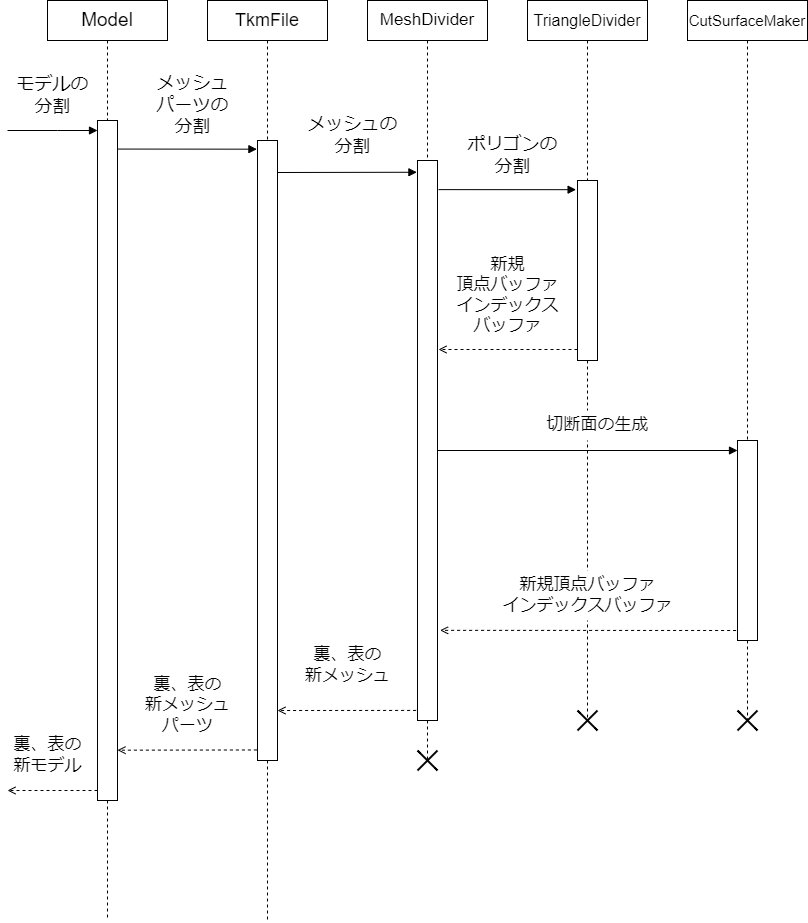
This is Pictures/SequenceDiagram.png from TangorNeko/MeshCutPortfolio, a draw.io export, as it was before one commit. Source tidied: cells renumbered, new cells last; positions are measured from the earlier drawing's top-left corner, leaving out a move shared by most shapes. The source it was exported from:
```xml
<mxGraphModel>
  <root>
    <mxCell id="0" />
    <mxCell id="1" parent="0" />
    <mxCell id="2" style="edgeStyle=orthogonalEdgeStyle;rounded=0;jettySize=auto;html=1;dashed=1;fontSize=17;endArrow=none;endFill=0;" parent="1" edge="1" source="3">
      <mxGeometry relative="1" as="geometry">
        <mxPoint x="100" y="920" as="targetPoint" />
      </mxGeometry>
    </mxCell>
    <mxCell id="3" style="rounded=0;whiteSpace=wrap;html=1;fontSize=18;" parent="1" vertex="1">
      <mxGeometry x="90" y="120" width="20" height="680" as="geometry" />
    </mxCell>
    <mxCell id="4" style="edgeStyle=orthogonalEdgeStyle;rounded=0;jettySize=auto;html=1;dashed=1;fontSize=18;endArrow=none;endFill=0;entryX=0.5;entryY=0;entryDx=0;entryDy=0;" parent="1" edge="1" source="5" target="3">
      <mxGeometry relative="1" as="geometry" />
    </mxCell>
    <mxCell id="5" value="&lt;font style=&quot;font-size: 19px&quot;&gt;Model&lt;/font&gt;" style="rounded=0;whiteSpace=wrap;html=1;" parent="1" vertex="1">
      <mxGeometry x="40" width="120" height="40" as="geometry" />
    </mxCell>
    <mxCell id="6" style="edgeStyle=orthogonalEdgeStyle;rounded=0;jettySize=auto;html=1;dashed=1;fontSize=18;endArrow=none;endFill=0;entryX=0.5;entryY=0;entryDx=0;entryDy=0;" parent="1" edge="1" source="7" target="18">
      <mxGeometry relative="1" as="geometry" />
    </mxCell>
    <mxCell id="7" value="&lt;font style=&quot;font-size: 18px&quot;&gt;TkmFile&lt;/font&gt;" style="rounded=0;whiteSpace=wrap;html=1;" parent="1" vertex="1">
      <mxGeometry x="200" width="120" height="40" as="geometry" />
    </mxCell>
    <mxCell id="8" style="edgeStyle=orthogonalEdgeStyle;rounded=0;jettySize=auto;html=1;dashed=1;fontSize=18;endArrow=none;endFill=0;entryX=0.5;entryY=0;entryDx=0;entryDy=0;" parent="1" edge="1" source="9" target="21">
      <mxGeometry relative="1" as="geometry" />
    </mxCell>
    <mxCell id="9" value="&lt;font style=&quot;font-size: 17px&quot;&gt;MeshDivider&lt;/font&gt;" style="rounded=0;whiteSpace=wrap;html=1;" parent="1" vertex="1">
      <mxGeometry x="360" width="120" height="40" as="geometry" />
    </mxCell>
    <mxCell id="10" style="edgeStyle=orthogonalEdgeStyle;rounded=0;jettySize=auto;html=1;fontSize=18;endArrow=none;endFill=0;dashed=1;entryX=0.5;entryY=0;entryDx=0;entryDy=0;" parent="1" edge="1" source="11" target="25">
      <mxGeometry relative="1" as="geometry" />
    </mxCell>
    <mxCell id="11" value="&lt;font style=&quot;font-size: 16px&quot;&gt;TriangleDivider&lt;/font&gt;" style="rounded=0;whiteSpace=wrap;html=1;" parent="1" vertex="1">
      <mxGeometry x="520" width="120" height="40" as="geometry" />
    </mxCell>
    <mxCell id="12" style="edgeStyle=orthogonalEdgeStyle;rounded=0;jettySize=auto;html=1;dashed=1;fontSize=17;endArrow=none;endFill=0;entryX=0.5;entryY=0;entryDx=0;entryDy=0;" parent="1" edge="1" source="13" target="31">
      <mxGeometry relative="1" as="geometry" />
    </mxCell>
    <mxCell id="13" value="&lt;font style=&quot;font-size: 15px&quot;&gt;CutSurfaceMaker&lt;/font&gt;" style="rounded=0;whiteSpace=wrap;html=1;" parent="1" vertex="1">
      <mxGeometry x="680" width="120" height="40" as="geometry" />
    </mxCell>
    <mxCell id="14" style="endArrow=block;html=1;rounded=0;fontSize=15;endFill=1;" parent="1" edge="1">
      <mxGeometry relative="1" as="geometry">
        <mxPoint y="130" as="sourcePoint" />
        <mxPoint x="90" y="130" as="targetPoint" />
        <Array as="points">
          <mxPoint x="50" y="130" />
        </Array>
      </mxGeometry>
    </mxCell>
    <mxCell id="15" value="モデルの&lt;br style=&quot;font-size: 18px;&quot;&gt;分割" style="text;html=1;align=center;verticalAlign=middle;strokeColor=none;fillColor=none;fontSize=18;" parent="1" vertex="1">
      <mxGeometry y="70" width="90" height="50" as="geometry" />
    </mxCell>
    <mxCell id="16" style="endArrow=block;html=1;rounded=0;fontSize=18;entryX=-0.03;entryY=0.014;entryDx=0;entryDy=0;entryPerimeter=0;exitX=1;exitY=0.042;exitDx=0;exitDy=0;exitPerimeter=0;endFill=1;" parent="1" edge="1" source="3" target="18">
      <mxGeometry relative="1" as="geometry" />
    </mxCell>
    <mxCell id="17" style="edgeStyle=orthogonalEdgeStyle;rounded=0;jettySize=auto;html=1;dashed=1;fontSize=17;endArrow=none;endFill=0;" parent="1" edge="1" source="18">
      <mxGeometry relative="1" as="geometry">
        <mxPoint x="260" y="920" as="targetPoint" />
      </mxGeometry>
    </mxCell>
    <mxCell id="18" style="rounded=0;whiteSpace=wrap;html=1;fontSize=18;" parent="1" vertex="1">
      <mxGeometry x="250" y="140" width="20" height="620" as="geometry" />
    </mxCell>
    <mxCell id="19" value="メッシュ&lt;br&gt;パーツの&lt;br&gt;分割" style="text;html=1;align=center;verticalAlign=middle;strokeColor=none;fillColor=none;fontSize=18;" parent="1" vertex="1">
      <mxGeometry x="140" y="70" width="90" height="70" as="geometry" />
    </mxCell>
    <mxCell id="20" style="edgeStyle=orthogonalEdgeStyle;rounded=0;jettySize=auto;html=1;dashed=1;fontSize=17;endArrow=none;endFill=0;" parent="1" edge="1" source="21">
      <mxGeometry relative="1" as="geometry">
        <mxPoint x="420" y="760" as="targetPoint" />
      </mxGeometry>
    </mxCell>
    <mxCell id="21" style="rounded=0;whiteSpace=wrap;html=1;fontSize=18;" parent="1" vertex="1">
      <mxGeometry x="410" y="160" width="20" height="560" as="geometry" />
    </mxCell>
    <mxCell id="22" style="endArrow=block;html=1;rounded=0;fontSize=18;entryX=-0.03;entryY=0.021;entryDx=0;entryDy=0;entryPerimeter=0;endFill=1;" parent="1" edge="1" target="21">
      <mxGeometry relative="1" as="geometry">
        <mxPoint x="270" y="172" as="sourcePoint" />
      </mxGeometry>
    </mxCell>
    <mxCell id="23" value="メッシュの&lt;br&gt;分割" style="text;html=1;align=center;verticalAlign=middle;strokeColor=none;fillColor=none;fontSize=18;" parent="1" vertex="1">
      <mxGeometry x="290" y="110" width="110" height="50" as="geometry" />
    </mxCell>
    <mxCell id="24" style="edgeStyle=orthogonalEdgeStyle;rounded=0;jettySize=auto;html=1;dashed=1;fontSize=17;endArrow=none;endFill=0;" parent="1" edge="1" source="25">
      <mxGeometry relative="1" as="geometry">
        <mxPoint x="580" y="720" as="targetPoint" />
      </mxGeometry>
    </mxCell>
    <mxCell id="25" style="rounded=0;whiteSpace=wrap;html=1;fontSize=18;" parent="1" vertex="1">
      <mxGeometry x="570" y="180" width="20" height="180" as="geometry" />
    </mxCell>
    <mxCell id="26" style="endArrow=block;html=1;rounded=0;fontSize=18;exitX=1.05;exitY=0.052;exitDx=0;exitDy=0;exitPerimeter=0;entryX=-0.07;entryY=0.051;entryDx=0;entryDy=0;entryPerimeter=0;endFill=1;" parent="1" edge="1" source="21" target="25">
      <mxGeometry relative="1" as="geometry" />
    </mxCell>
    <mxCell id="27" value="ポリゴンの&lt;br&gt;分割" style="text;html=1;align=center;verticalAlign=middle;strokeColor=none;fillColor=none;fontSize=18;" parent="1" vertex="1">
      <mxGeometry x="450" y="130" width="110" height="50" as="geometry" />
    </mxCell>
    <mxCell id="28" style="endArrow=open;html=1;rounded=0;fontSize=18;dashed=1;endFill=0;" parent="1" edge="1">
      <mxGeometry relative="1" as="geometry">
        <mxPoint x="570" y="349" as="sourcePoint" />
        <mxPoint x="431" y="349" as="targetPoint" />
      </mxGeometry>
    </mxCell>
    <mxCell id="29" value="新規&lt;br&gt;頂点バッファ&lt;br style=&quot;font-size: 17px&quot;&gt;インデックス&lt;br&gt;バッファ" style="text;html=1;align=center;verticalAlign=middle;strokeColor=none;fillColor=none;fontSize=17;" parent="1" vertex="1">
      <mxGeometry x="440" y="250" width="120" height="90" as="geometry" />
    </mxCell>
    <mxCell id="30" style="edgeStyle=orthogonalEdgeStyle;rounded=0;jettySize=auto;html=1;dashed=1;fontSize=17;endArrow=none;endFill=0;" parent="1" edge="1" source="31">
      <mxGeometry relative="1" as="geometry">
        <mxPoint x="740" y="720" as="targetPoint" />
      </mxGeometry>
    </mxCell>
    <mxCell id="31" style="rounded=0;whiteSpace=wrap;html=1;fontSize=18;" parent="1" vertex="1">
      <mxGeometry x="730" y="440" width="20" height="200" as="geometry" />
    </mxCell>
    <mxCell id="32" style="endArrow=block;html=1;rounded=0;fontSize=18;endFill=1;" parent="1" edge="1">
      <mxGeometry relative="1" as="geometry">
        <mxPoint x="430" y="450" as="sourcePoint" />
        <mxPoint x="730" y="450" as="targetPoint" />
      </mxGeometry>
    </mxCell>
    <mxCell id="33" style="endArrow=open;html=1;rounded=0;fontSize=18;dashed=1;entryX=1.13;entryY=0.839;entryDx=0;entryDy=0;entryPerimeter=0;exitX=-0.07;exitY=0.95;exitDx=0;exitDy=0;exitPerimeter=0;endFill=0;" parent="1" edge="1" source="31" target="21">
      <mxGeometry relative="1" as="geometry" />
    </mxCell>
    <mxCell id="34" value="切断面の生成" style="text;html=1;align=center;verticalAlign=middle;strokeColor=none;fillColor=default;fontSize=17;gradientColor=none;rounded=0;shadow=0;sketch=0;glass=0;" parent="1" vertex="1">
      <mxGeometry x="530" y="410" width="120" height="30" as="geometry" />
    </mxCell>
    <mxCell id="35" value="新規頂点バッファ&lt;br&gt;インデックスバッファ" style="text;html=1;align=center;verticalAlign=middle;strokeColor=none;fillColor=default;fontSize=17;" parent="1" vertex="1">
      <mxGeometry x="485" y="570" width="190" height="50" as="geometry" />
    </mxCell>
    <mxCell id="36" style="endArrow=open;html=1;rounded=0;fontSize=18;dashed=1;exitX=-0.07;exitY=0.982;exitDx=0;exitDy=0;exitPerimeter=0;endFill=0;" parent="1" edge="1" source="21">
      <mxGeometry relative="1" as="geometry">
        <mxPoint x="270" y="710" as="targetPoint" />
      </mxGeometry>
    </mxCell>
    <mxCell id="37" value="裏、表の&lt;br&gt;新メッシュ" style="text;html=1;align=center;verticalAlign=middle;strokeColor=none;fillColor=none;fontSize=17;" parent="1" vertex="1">
      <mxGeometry x="290" y="640" width="100" height="50" as="geometry" />
    </mxCell>
    <mxCell id="38" style="endArrow=open;html=1;rounded=0;fontSize=18;dashed=1;exitX=-0.03;exitY=0.983;exitDx=0;exitDy=0;exitPerimeter=0;entryX=1;entryY=0.926;entryDx=0;entryDy=0;entryPerimeter=0;endFill=0;" parent="1" edge="1" source="18" target="3">
      <mxGeometry relative="1" as="geometry" />
    </mxCell>
    <mxCell id="39" value="裏、表の&lt;br&gt;新メッシュ&lt;br&gt;パーツ" style="text;html=1;align=center;verticalAlign=middle;strokeColor=none;fillColor=none;fontSize=17;" parent="1" vertex="1">
      <mxGeometry x="130" y="670" width="100" height="70" as="geometry" />
    </mxCell>
    <mxCell id="40" style="endArrow=open;html=1;rounded=0;fontSize=18;dashed=1;endFill=0;" parent="1" edge="1">
      <mxGeometry relative="1" as="geometry">
        <mxPoint x="90" y="790" as="sourcePoint" />
        <mxPoint y="790" as="targetPoint" />
      </mxGeometry>
    </mxCell>
    <mxCell id="41" value="裏、表の&lt;br&gt;新モデル" style="text;html=1;align=center;verticalAlign=middle;strokeColor=none;fillColor=none;fontSize=17;" parent="1" vertex="1">
      <mxGeometry y="730" width="80" height="50" as="geometry" />
    </mxCell>
    <mxCell id="42" style="endArrow=none;html=1;rounded=0;fontSize=17;strokeWidth=2;" parent="1" edge="1">
      <mxGeometry relative="1" as="geometry">
        <mxPoint x="570" y="730" as="sourcePoint" />
        <mxPoint x="590" y="710" as="targetPoint" />
      </mxGeometry>
    </mxCell>
    <mxCell id="43" style="endArrow=none;html=1;rounded=0;fontSize=17;strokeWidth=2;" parent="1" edge="1">
      <mxGeometry relative="1" as="geometry">
        <mxPoint x="590" y="730" as="sourcePoint" />
        <mxPoint x="570" y="710" as="targetPoint" />
        <Array as="points">
          <mxPoint x="580" y="720" />
        </Array>
      </mxGeometry>
    </mxCell>
    <mxCell id="44" style="endArrow=none;html=1;rounded=0;fontSize=17;strokeWidth=2;" parent="1" edge="1">
      <mxGeometry relative="1" as="geometry">
        <mxPoint x="730" y="730" as="sourcePoint" />
        <mxPoint x="750" y="710" as="targetPoint" />
      </mxGeometry>
    </mxCell>
    <mxCell id="45" style="endArrow=none;html=1;rounded=0;fontSize=17;strokeWidth=2;" parent="1" edge="1">
      <mxGeometry relative="1" as="geometry">
        <mxPoint x="750" y="730" as="sourcePoint" />
        <mxPoint x="730" y="710" as="targetPoint" />
        <Array as="points">
          <mxPoint x="740" y="720" />
        </Array>
      </mxGeometry>
    </mxCell>
    <mxCell id="46" style="endArrow=none;html=1;rounded=0;fontSize=17;strokeWidth=2;" parent="1" edge="1">
      <mxGeometry relative="1" as="geometry">
        <mxPoint x="430" y="770" as="sourcePoint" />
        <mxPoint x="410" y="750" as="targetPoint" />
        <Array as="points">
          <mxPoint x="420" y="760" />
        </Array>
      </mxGeometry>
    </mxCell>
    <mxCell id="47" style="endArrow=none;html=1;rounded=0;fontSize=17;strokeWidth=2;" parent="1" edge="1">
      <mxGeometry relative="1" as="geometry">
        <mxPoint x="410" y="770" as="sourcePoint" />
        <mxPoint x="430" y="750" as="targetPoint" />
      </mxGeometry>
    </mxCell>
  </root>
</mxGraphModel>
```
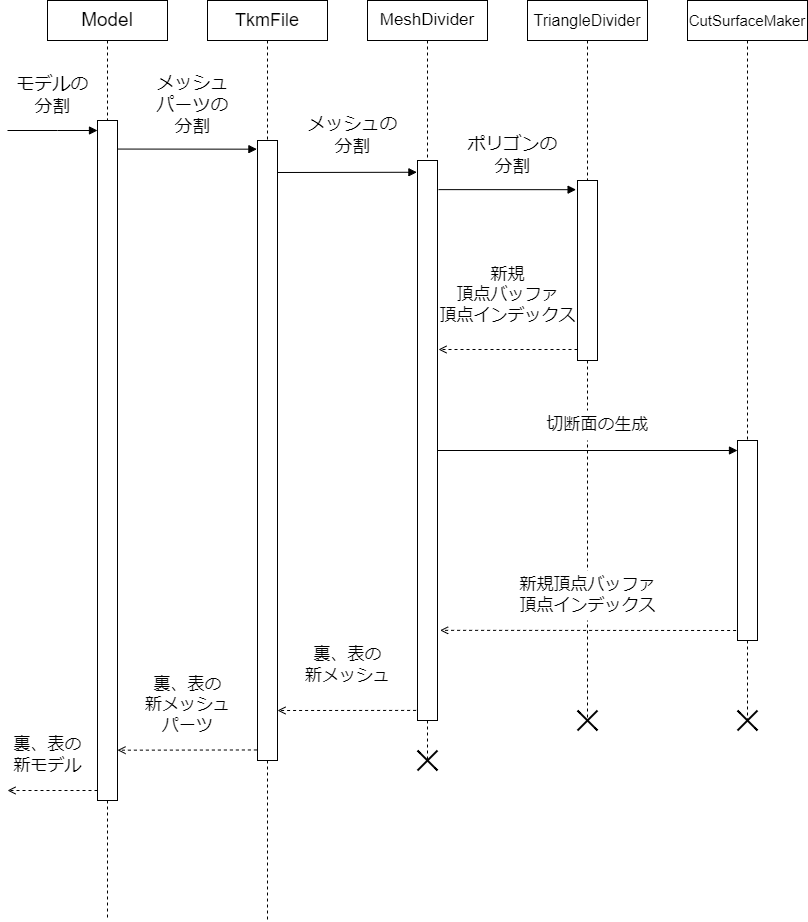
After the commit.

Diff of the diagram source:
```diff
@@ -102,8 +102,8 @@
         <mxPoint x="431" y="349" as="targetPoint" />
       </mxGeometry>
     </mxCell>
-    <mxCell id="29" value="新規&lt;br&gt;頂点バッファ&lt;br style=&quot;font-size: 17px&quot;&gt;インデックス&lt;br&gt;バッファ" style="text;html=1;align=center;verticalAlign=middle;strokeColor=none;fillColor=none;fontSize=17;" parent="1" vertex="1">
-      <mxGeometry x="440" y="250" width="120" height="90" as="geometry" />
+    <mxCell id="29" value="新規&lt;br&gt;頂点バッファ&lt;br style=&quot;font-size: 17px&quot;&gt;頂点インデックス" style="text;html=1;align=center;verticalAlign=middle;strokeColor=none;fillColor=none;fontSize=17;" parent="1" vertex="1">
+      <mxGeometry x="425" y="260" width="150" height="70" as="geometry" />
     </mxCell>
     <mxCell id="30" style="edgeStyle=orthogonalEdgeStyle;rounded=0;jettySize=auto;html=1;dashed=1;fontSize=17;endArrow=none;endFill=0;" parent="1" edge="1" source="31">
       <mxGeometry relative="1" as="geometry">
@@ -125,8 +125,8 @@
     <mxCell id="34" value="切断面の生成" style="text;html=1;align=center;verticalAlign=middle;strokeColor=none;fillColor=default;fontSize=17;gradientColor=none;rounded=0;shadow=0;sketch=0;glass=0;" parent="1" vertex="1">
       <mxGeometry x="530" y="410" width="120" height="30" as="geometry" />
     </mxCell>
-    <mxCell id="35" value="新規頂点バッファ&lt;br&gt;インデックスバッファ" style="text;html=1;align=center;verticalAlign=middle;strokeColor=none;fillColor=default;fontSize=17;" parent="1" vertex="1">
-      <mxGeometry x="485" y="570" width="190" height="50" as="geometry" />
+    <mxCell id="35" value="新規頂点バッファ&lt;br&gt;頂点インデックス" style="text;html=1;align=center;verticalAlign=middle;strokeColor=none;fillColor=default;fontSize=17;" parent="1" vertex="1">
+      <mxGeometry x="505" y="570" width="150" height="50" as="geometry" />
     </mxCell>
     <mxCell id="36" style="endArrow=open;html=1;rounded=0;fontSize=18;dashed=1;exitX=-0.07;exitY=0.982;exitDx=0;exitDy=0;exitPerimeter=0;endFill=0;" parent="1" edge="1" source="21">
       <mxGeometry relative="1" as="geometry">
```
